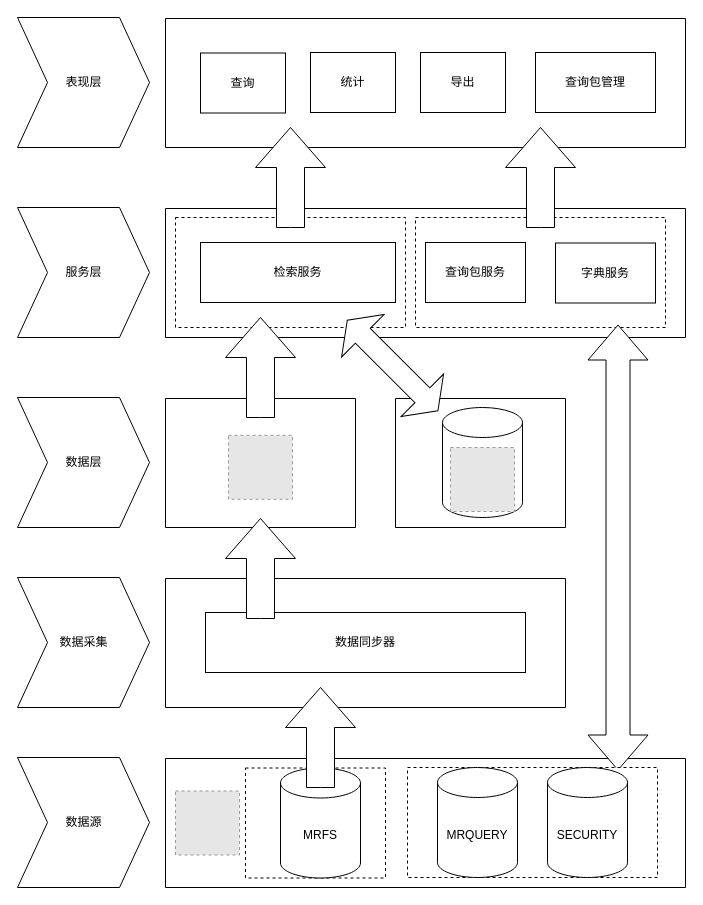
Earlier version of the draw.io diagram page "Current" (2 of 2) of doc/statistic.drawio (bey6/statistic). Source tidied: cells renumbered, new cells numbered last; positions are measured from the earlier drawing's top-left corner, leaving out a move shared by most shapes. Both pictures are drawn from the tidied source at 100%, with x=0, y=0 at pixel (17, 17). Pictures stored in the file or linked from it are replaced by grey dashed boxes.
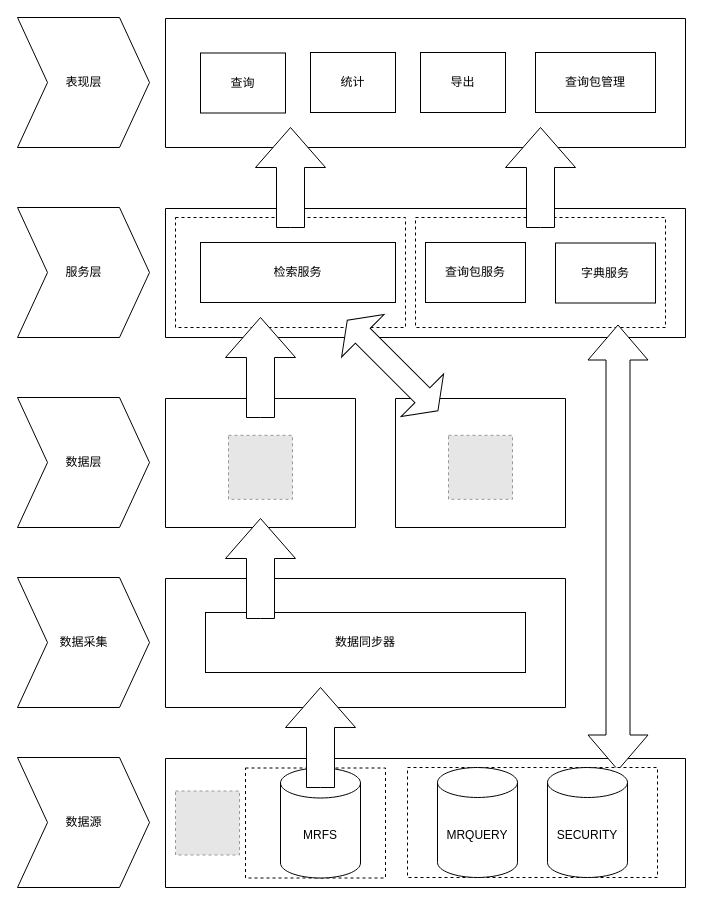
Above is the later version.

The edit, as a diff of the source:
```diff
@@
-    <mxCell id="12" style="group;" parent="1" vertex="1">
-      <mxGeometry x="425" y="390" width="80" height="119.5" as="geometry" />
-    </mxCell>
-    <mxCell id="13" style="shape=cylinder3;whiteSpace=wrap;html=1;boundedLbl=1;backgroundOutline=1;size=15;" parent="12" vertex="1">
-      <mxGeometry width="80" height="110" as="geometry" />
-    </mxCell>
-    <mxCell id="14" style="fillColor=#E6E6E6;strokeColor=#999999;dashed=1;verticalLabelPosition=bottom;labelBackgroundColor=#ffffff;verticalAlign=top;" parent="12" vertex="1">
-      <mxGeometry x="8" y="40" width="64" height="64" as="geometry" />
-    </mxCell>
@@
+    <mxCell id="14" style="fillColor=#E6E6E6;strokeColor=#999999;dashed=1;verticalLabelPosition=bottom;labelBackgroundColor=#ffffff;verticalAlign=top;" parent="1" vertex="1">
+      <mxGeometry x="431" y="417.8" width="64" height="64" as="geometry" />
+    </mxCell>
```
